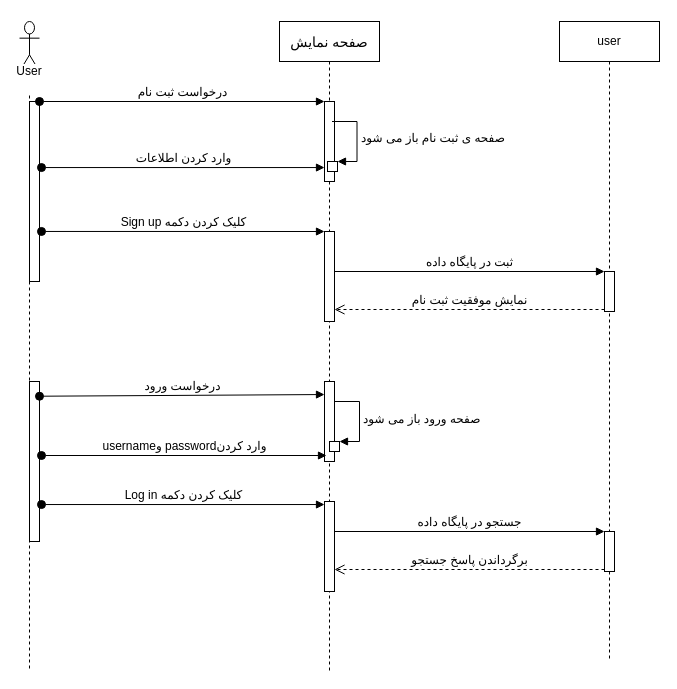
Earlier version of the draw.io diagram Docs./SeqDiagram-Auth.drawio (ShadiMe-flutter/Workout). Source tidied: cells renumbered, new cells numbered last; positions are measured from the earlier drawing's top-left corner, leaving out a move shared by most shapes. Both pictures are drawn from the tidied source at 100%, with x=0, y=0 at pixel (19, 21).
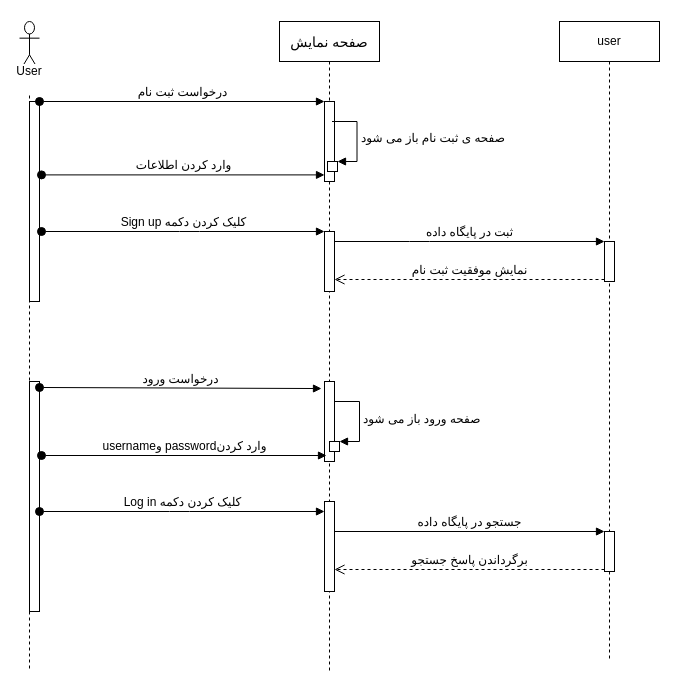
The same diagram, later.

The change refers to these unchanged cells:
```xml
<mxCell id="2" value="User&lt;br&gt;&lt;br&gt;" style="shape=umlLifeline;participant=umlActor;perimeter=lifelinePerimeter;whiteSpace=wrap;html=1;verticalAlign=top;spacingTop=36;labelBackgroundColor=#ffffff;size=50;" parent="1" vertex="1">
  <mxGeometry width="20" height="650" as="geometry" />
</mxCell>
<mxCell id="5" value="&lt;font style=&quot;font-size: 14px&quot;&gt;&lt;br&gt;صفحه نمایش&lt;br&gt;&lt;/font&gt;&lt;br&gt;" style="shape=umlLifeline;perimeter=lifelinePerimeter;whiteSpace=wrap;html=1;" parent="1" vertex="1">
  <mxGeometry x="260" width="100" height="650" as="geometry" />
</mxCell>
<mxCell id="9" style="html=1;points=[];perimeter=orthogonalPerimeter;" parent="5" vertex="1">
  <mxGeometry x="45" y="360" width="10" height="80" as="geometry" />
</mxCell>
<mxCell id="10" style="html=1;points=[];perimeter=orthogonalPerimeter;" parent="5" vertex="1">
  <mxGeometry x="45" y="480" width="10" height="90" as="geometry" />
</mxCell>
<mxCell id="11" value="user" style="shape=umlLifeline;perimeter=lifelinePerimeter;whiteSpace=wrap;html=1;" parent="1" vertex="1">
  <mxGeometry x="540" width="100" height="640" as="geometry" />
</mxCell>
```

What changed in the source:
```diff
@@
     <mxCell id="3" style="html=1;points=[];perimeter=orthogonalPerimeter;" parent="2" vertex="1">
-      <mxGeometry x="10" y="360" width="10" height="160" as="geometry" />
+      <mxGeometry x="10" y="360" width="10" height="230" as="geometry" />
     </mxCell>
     <mxCell id="4" style="html=1;points=[];perimeter=orthogonalPerimeter;" parent="2" vertex="1">
-      <mxGeometry x="10" y="80" width="10" height="180" as="geometry" />
+      <mxGeometry x="10" y="80" width="10" height="200" as="geometry" />
     </mxCell>
@@
     <mxCell id="8" style="html=1;points=[];perimeter=orthogonalPerimeter;" parent="5" vertex="1">
-      <mxGeometry x="45" y="210" width="10" height="90" as="geometry" />
+      <mxGeometry x="45" y="210" width="10" height="60" as="geometry" />
     </mxCell>
@@
     <mxCell id="12" style="html=1;points=[];perimeter=orthogonalPerimeter;" parent="11" vertex="1">
-      <mxGeometry x="45" y="250" width="10" height="40" as="geometry" />
+      <mxGeometry x="45" y="220" width="10" height="40" as="geometry" />
     </mxCell>
@@
-    <mxCell id="16" value="&lt;div style=&quot;text-align: left&quot;&gt;&lt;font style=&quot;font-size: 12px&quot;&gt;&amp;nbsp;Sign up کلیک کردن دکمه&amp;nbsp;&lt;/font&gt;&lt;/div&gt;" style="html=1;verticalAlign=bottom;startArrow=oval;endArrow=block;startSize=8;exitX=1.2;exitY=0.722;exitDx=0;exitDy=0;exitPerimeter=0;" parent="1" edge="1" source="4" target="8">
-      <mxGeometry relative="1" as="geometry" />
+    <mxCell id="16" value="&lt;div style=&quot;text-align: left&quot;&gt;&lt;font style=&quot;font-size: 12px&quot;&gt;&amp;nbsp;Sign up کلیک کردن دکمه&amp;nbsp;&lt;/font&gt;&lt;/div&gt;" style="html=1;verticalAlign=bottom;startArrow=oval;endArrow=block;startSize=8;" parent="1" edge="1" target="8">
+      <mxGeometry relative="1" as="geometry">
+        <mxPoint x="22" y="210" as="sourcePoint" />
+        <Array as="points">
+          <mxPoint x="170" y="210" />
+        </Array>
+      </mxGeometry>
     </mxCell>
     <mxCell id="17" value="&lt;font style=&quot;font-size: 12px&quot;&gt;ثبت در پایگاه داده&lt;/font&gt;" style="html=1;verticalAlign=bottom;endArrow=block;entryX=0;entryY=0;" parent="1" edge="1" source="8" target="12">
-      <mxGeometry relative="1" as="geometry" />
+      <mxGeometry relative="1" as="geometry">
+        <Array as="points">
+          <mxPoint x="400" y="220" />
+        </Array>
+      </mxGeometry>
     </mxCell>
@@
-    <mxCell id="19" value="&lt;font style=&quot;font-size: 12px&quot;&gt;درخواست ورود&lt;/font&gt;" style="html=1;verticalAlign=bottom;startArrow=oval;endArrow=block;startSize=8;exitX=1;exitY=0.092;exitDx=0;exitDy=0;exitPerimeter=0;entryX=0;entryY=0.163;entryDx=0;entryDy=0;entryPerimeter=0;" parent="1" edge="1" source="3" target="9">
+    <mxCell id="19" value="&lt;font style=&quot;font-size: 12px&quot;&gt;درخواست ورود&lt;/font&gt;" style="html=1;verticalAlign=bottom;startArrow=oval;endArrow=block;startSize=8;exitX=1;exitY=0.026;exitDx=0;exitDy=0;exitPerimeter=0;entryX=-0.3;entryY=0.088;entryDx=0;entryDy=0;entryPerimeter=0;" parent="1" edge="1" source="3" target="9">
       <mxGeometry relative="1" as="geometry" />
     </mxCell>
@@
-    <mxCell id="23" value="&lt;font style=&quot;font-size: 12px&quot;&gt;&amp;nbsp;Log in کلیک کردن دکمه&amp;nbsp;&lt;/font&gt;" style="html=1;verticalAlign=bottom;startArrow=oval;endArrow=block;startSize=8;exitX=1.2;exitY=0.769;exitDx=0;exitDy=0;exitPerimeter=0;" parent="1" edge="1" source="3" target="10">
-      <mxGeometry relative="1" as="geometry" />
+    <mxCell id="23" value="&lt;font style=&quot;font-size: 12px&quot;&gt;&amp;nbsp;Log in کلیک کردن دکمه&amp;nbsp;&lt;/font&gt;" style="html=1;verticalAlign=bottom;startArrow=oval;endArrow=block;startSize=8;" parent="1" edge="1" source="3" target="10">
+      <mxGeometry relative="1" as="geometry">
+        <Array as="points">
+          <mxPoint x="160" y="490" />
+        </Array>
+      </mxGeometry>
     </mxCell>
```
